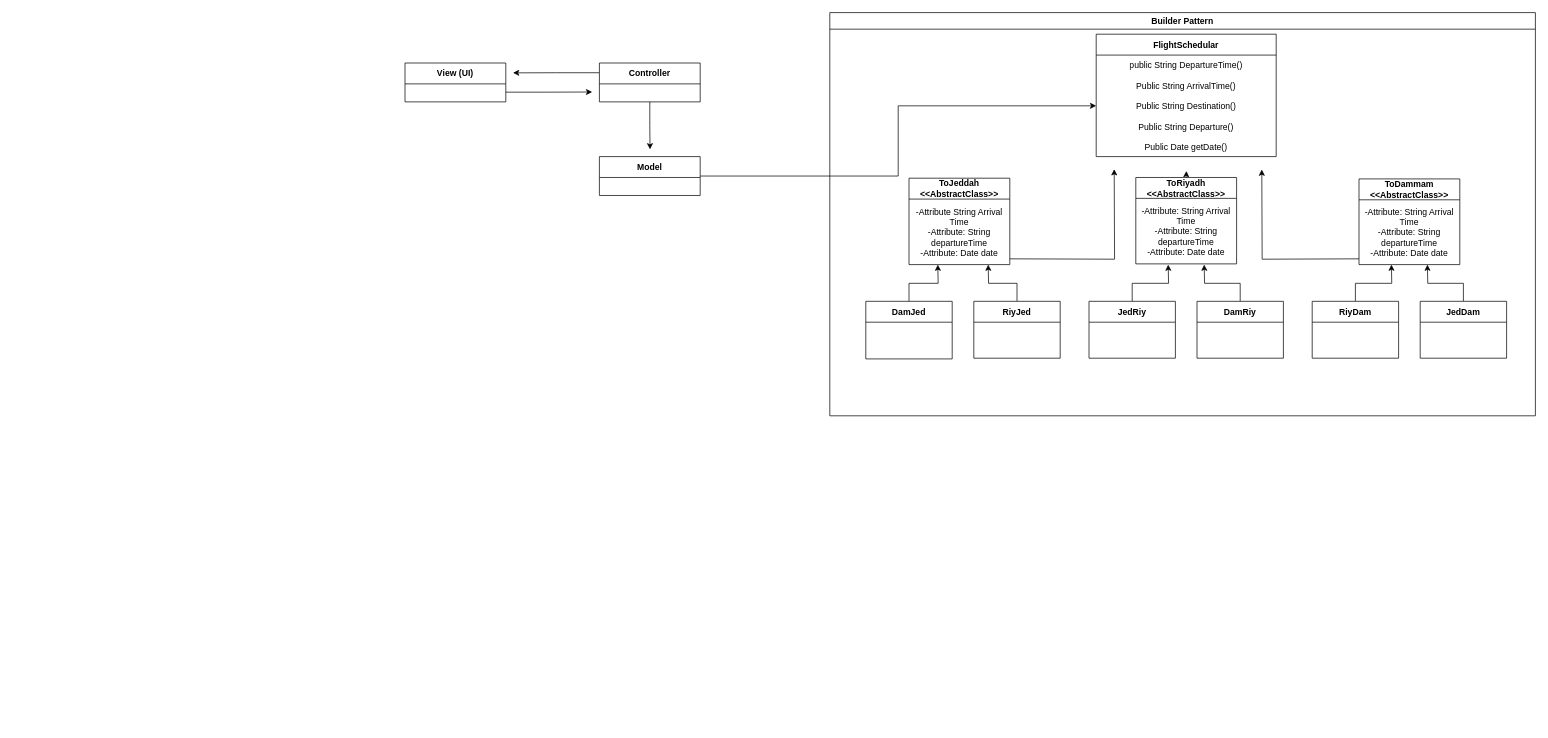
SuhaibAG/FlightReservation keeps this draw.io diagram as Flight Reservation System.drawio. Above is the earlier version. Source tidied: cells renumbered, new cells numbered last; positions are measured from the earlier drawing's top-left corner, leaving out a move shared by most shapes. Both pictures are drawn from the tidied source at 72%, with x=0, y=0 at pixel (405, 12).
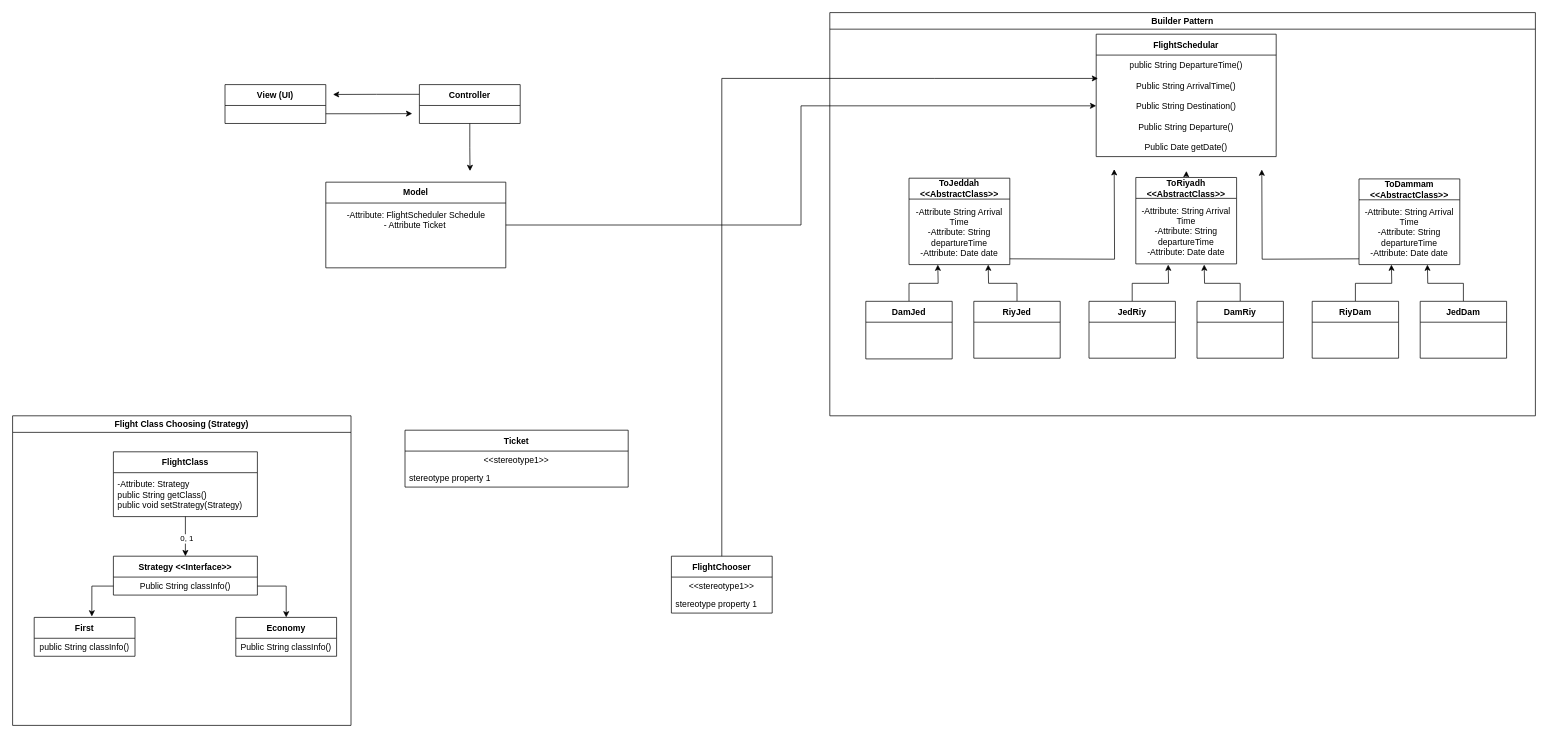
Above is the later version.

Unchanged cells that the change refers to:
```xml
<mxCell id="14" value="public String DepartureTime()&lt;div&gt;&lt;br&gt;&lt;div&gt;Public String ArrivalTime()&lt;/div&gt;&lt;div&gt;&lt;br&gt;&lt;/div&gt;&lt;div&gt;Public String Destination()&lt;/div&gt;&lt;div&gt;&lt;br&gt;&lt;/div&gt;&lt;div&gt;Public String&amp;nbsp;&lt;span style=&quot;background-color: initial;&quot;&gt;Departure()&lt;/span&gt;&lt;/div&gt;&lt;/div&gt;&lt;div&gt;&lt;br&gt;&lt;/div&gt;&lt;div&gt;Public Date getDate()&lt;/div&gt;" style="text;html=1;strokeColor=none;fillColor=none;align=center;verticalAlign=middle;spacingLeft=4;spacingRight=4;overflow=hidden;points=[[0,0.5],[1,0.5]];portConstraint=eastwest;whiteSpace=wrap;" parent="13" vertex="1">
  <mxGeometry y="29" width="250" height="141" as="geometry" />
</mxCell>
```

Change to the diagram source:
```diff
@@
     <mxCell id="2" style="edgeStyle=orthogonalEdgeStyle;rounded=0;jettySize=auto;html=1;exitX=1;exitY=0.75;exitDx=0;exitDy=0;" parent="1" edge="1" source="3">
       <mxGeometry relative="1" as="geometry">
-        <mxPoint x="260" y="110.3" as="targetPoint" />
+        <mxPoint x="10" y="140.3" as="targetPoint" />
       </mxGeometry>
     </mxCell>
     <mxCell id="3" value="View (UI)" style="swimlane;fontStyle=1;align=center;verticalAlign=middle;horizontal=1;startSize=29;html=1;whiteSpace=wrap;" parent="1" vertex="1">
-      <mxGeometry y="70" width="140" height="54" as="geometry" />
+      <mxGeometry x="-250" y="100" width="140" height="54" as="geometry" />
     </mxCell>
     <mxCell id="4" style="edgeStyle=orthogonalEdgeStyle;rounded=0;jettySize=auto;html=1;exitX=0.5;exitY=1;exitDx=0;exitDy=0;" parent="1" edge="1" source="6">
       <mxGeometry relative="1" as="geometry">
-        <mxPoint x="340.3" y="190" as="targetPoint" />
+        <mxPoint x="90.3" y="220" as="targetPoint" />
       </mxGeometry>
     </mxCell>
     <mxCell id="5" style="edgeStyle=orthogonalEdgeStyle;rounded=0;jettySize=auto;html=1;exitX=0;exitY=0.25;exitDx=0;exitDy=0;" parent="1" edge="1" source="6">
       <mxGeometry relative="1" as="geometry">
-        <mxPoint x="150" y="83.7" as="targetPoint" />
+        <mxPoint x="-100" y="113.7" as="targetPoint" />
       </mxGeometry>
     </mxCell>
     <mxCell id="6" value="Controller" style="swimlane;fontStyle=1;align=center;verticalAlign=middle;horizontal=1;startSize=29;html=1;whiteSpace=wrap;" parent="1" vertex="1">
-      <mxGeometry x="270" y="70" width="140" height="54" as="geometry" />
+      <mxGeometry x="20" y="100" width="140" height="54" as="geometry" />
     </mxCell>
@@
     <mxCell id="8" value="Model" style="swimlane;fontStyle=1;align=center;verticalAlign=middle;horizontal=1;startSize=29;html=1;whiteSpace=wrap;" parent="1" vertex="1">
-      <mxGeometry x="270" y="200" width="140" height="54" as="geometry" />
+      <mxGeometry x="-110" y="235.5" width="250" height="119" as="geometry" />
     </mxCell>
+    <mxCell id="33" value="-Attribute: FlightScheduler Schedule&lt;div&gt;- Attribute Ticket&amp;nbsp;&lt;/div&gt;&lt;div&gt;&lt;br&gt;&lt;/div&gt;&lt;div&gt;&lt;br&gt;&lt;/div&gt;&lt;div&gt;&lt;br&gt;&lt;/div&gt;" style="text;html=1;align=center;verticalAlign=middle;strokeColor=none;fillColor=none;" parent="8" vertex="1">
+      <mxGeometry y="29" width="250" height="90" as="geometry" />
+    </mxCell>
@@
+    <mxCell id="34" value="Strategy &amp;lt;&amp;lt;Interface&amp;gt;&amp;gt;" style="swimlane;fontStyle=1;align=center;verticalAlign=middle;horizontal=1;startSize=29;html=1;whiteSpace=wrap;" parent="1" vertex="1">
+      <mxGeometry x="-405" y="755" width="200" height="54" as="geometry" />
+    </mxCell>
+    <mxCell id="35" value="Public String classInfo()" style="text;html=1;strokeColor=none;fillColor=none;align=center;verticalAlign=middle;spacingLeft=4;spacingRight=4;overflow=hidden;points=[[0,0.5],[1,0.5]];portConstraint=eastwest;whiteSpace=wrap;" parent="34" vertex="1">
+      <mxGeometry y="29" width="200" height="25" as="geometry" />
+    </mxCell>
+    <mxCell id="36" value="First" style="swimlane;fontStyle=1;align=center;verticalAlign=middle;horizontal=1;startSize=29;html=1;whiteSpace=wrap;" parent="1" vertex="1">
+      <mxGeometry x="-515" y="840" width="140" height="54" as="geometry" />
+    </mxCell>
+    <mxCell id="37" value="public String classInfo()" style="text;html=1;strokeColor=none;fillColor=none;align=center;verticalAlign=middle;spacingLeft=4;spacingRight=4;overflow=hidden;whiteSpace=wrap;" parent="36" vertex="1">
+      <mxGeometry y="29" width="140" height="25" as="geometry" />
+    </mxCell>
+    <mxCell id="38" value="Economy" style="swimlane;fontStyle=1;align=center;verticalAlign=middle;horizontal=1;startSize=29;html=1;whiteSpace=wrap;" parent="1" vertex="1">
+      <mxGeometry x="-235" y="840" width="140" height="54" as="geometry" />
+    </mxCell>
+    <mxCell id="39" value="Public String classInfo()" style="text;html=1;strokeColor=none;fillColor=none;align=center;verticalAlign=middle;spacingLeft=4;spacingRight=4;overflow=hidden;whiteSpace=wrap;" parent="38" vertex="1">
+      <mxGeometry y="29" width="140" height="25" as="geometry" />
+    </mxCell>
+    <mxCell id="40" style="edgeStyle=orthogonalEdgeStyle;rounded=0;jettySize=auto;html=1;exitX=0.5;exitY=1;exitDx=0;exitDy=0;entryX=0.5;entryY=0;entryDx=0;entryDy=0;" parent="1" edge="1" source="42" target="34">
+      <mxGeometry relative="1" as="geometry" />
+    </mxCell>
+    <mxCell id="41" value="0, 1" style="edgeLabel;html=1;align=center;verticalAlign=middle;" parent="40" vertex="1">
+      <mxGeometry x="0.08" y="1" relative="1" as="geometry" />
+    </mxCell>
+    <mxCell id="42" value="FlightClass" style="swimlane;fontStyle=1;align=center;verticalAlign=middle;horizontal=1;startSize=29;html=1;whiteSpace=wrap;" parent="1" vertex="1">
+      <mxGeometry x="-405" y="610" width="200" height="90" as="geometry" />
+    </mxCell>
+    <mxCell id="43" value="&lt;div&gt;-Attribute: Strategy&lt;/div&gt;public String getClass()&lt;div&gt;public void setStrategy(Strategy)&lt;/div&gt;" style="text;html=1;strokeColor=none;fillColor=none;align=left;verticalAlign=middle;spacingLeft=4;spacingRight=4;overflow=hidden;whiteSpace=wrap;" parent="42" vertex="1">
+      <mxGeometry y="29" width="200" height="61" as="geometry" />
+    </mxCell>
+    <mxCell id="44" style="edgeStyle=orthogonalEdgeStyle;rounded=0;jettySize=auto;html=1;exitX=1;exitY=0.5;exitDx=0;exitDy=0;entryX=0.5;entryY=0;entryDx=0;entryDy=0;" parent="1" edge="1" source="35" target="38">
+      <mxGeometry relative="1" as="geometry" />
+    </mxCell>
+    <mxCell id="45" style="edgeStyle=orthogonalEdgeStyle;rounded=0;jettySize=auto;html=1;exitX=0;exitY=0.5;exitDx=0;exitDy=0;entryX=0.572;entryY=-0.024;entryDx=0;entryDy=0;entryPerimeter=0;" parent="1" edge="1" source="35" target="36">
+      <mxGeometry relative="1" as="geometry" />
+    </mxCell>
+    <mxCell id="46" value="Flight Class Choosing (Strategy)" style="swimlane;whiteSpace=wrap;html=1;" parent="1" vertex="1">
+      <mxGeometry x="-545" y="560" width="470" height="430" as="geometry" />
+    </mxCell>
+    <mxCell id="47" value="Ticket" style="swimlane;fontStyle=1;align=center;verticalAlign=middle;horizontal=1;startSize=29;html=1;whiteSpace=wrap;" parent="1" vertex="1">
+      <mxGeometry y="580" width="310" height="79" as="geometry" />
+    </mxCell>
+    <mxCell id="48" value="&amp;lt;&amp;lt;stereotype1&amp;gt;&amp;gt;" style="text;html=1;strokeColor=none;fillColor=none;align=center;verticalAlign=middle;spacingLeft=4;spacingRight=4;overflow=hidden;whiteSpace=wrap;" parent="47" vertex="1">
+      <mxGeometry y="29" width="310" height="25" as="geometry" />
+    </mxCell>
+    <mxCell id="49" value="stereotype property 1" style="text;html=1;strokeColor=none;fillColor=none;align=left;verticalAlign=middle;spacingLeft=4;spacingRight=4;overflow=hidden;whiteSpace=wrap;" parent="47" vertex="1">
+      <mxGeometry y="54" width="310" height="25" as="geometry" />
+    </mxCell>
+    <mxCell id="50" value="FlightChooser" style="swimlane;fontStyle=1;align=center;verticalAlign=middle;horizontal=1;startSize=29;html=1;whiteSpace=wrap;" parent="1" vertex="1">
+      <mxGeometry x="370" y="755" width="140" height="79" as="geometry" />
+    </mxCell>
+    <mxCell id="51" value="&amp;lt;&amp;lt;stereotype1&amp;gt;&amp;gt;" style="text;html=1;strokeColor=none;fillColor=none;align=center;verticalAlign=middle;spacingLeft=4;spacingRight=4;overflow=hidden;whiteSpace=wrap;" parent="50" vertex="1">
+      <mxGeometry y="29" width="140" height="25" as="geometry" />
+    </mxCell>
+    <mxCell id="52" value="stereotype property 1" style="text;html=1;strokeColor=none;fillColor=none;align=left;verticalAlign=middle;spacingLeft=4;spacingRight=4;overflow=hidden;whiteSpace=wrap;" parent="50" vertex="1">
+      <mxGeometry y="54" width="140" height="25" as="geometry" />
+    </mxCell>
+    <mxCell id="53" style="edgeStyle=orthogonalEdgeStyle;rounded=0;jettySize=auto;html=1;exitX=0.5;exitY=0;exitDx=0;exitDy=0;entryX=0.01;entryY=0.23;entryDx=0;entryDy=0;entryPerimeter=0;" parent="1" edge="1" source="50" target="14">
+      <mxGeometry relative="1" as="geometry" />
+    </mxCell>
```
